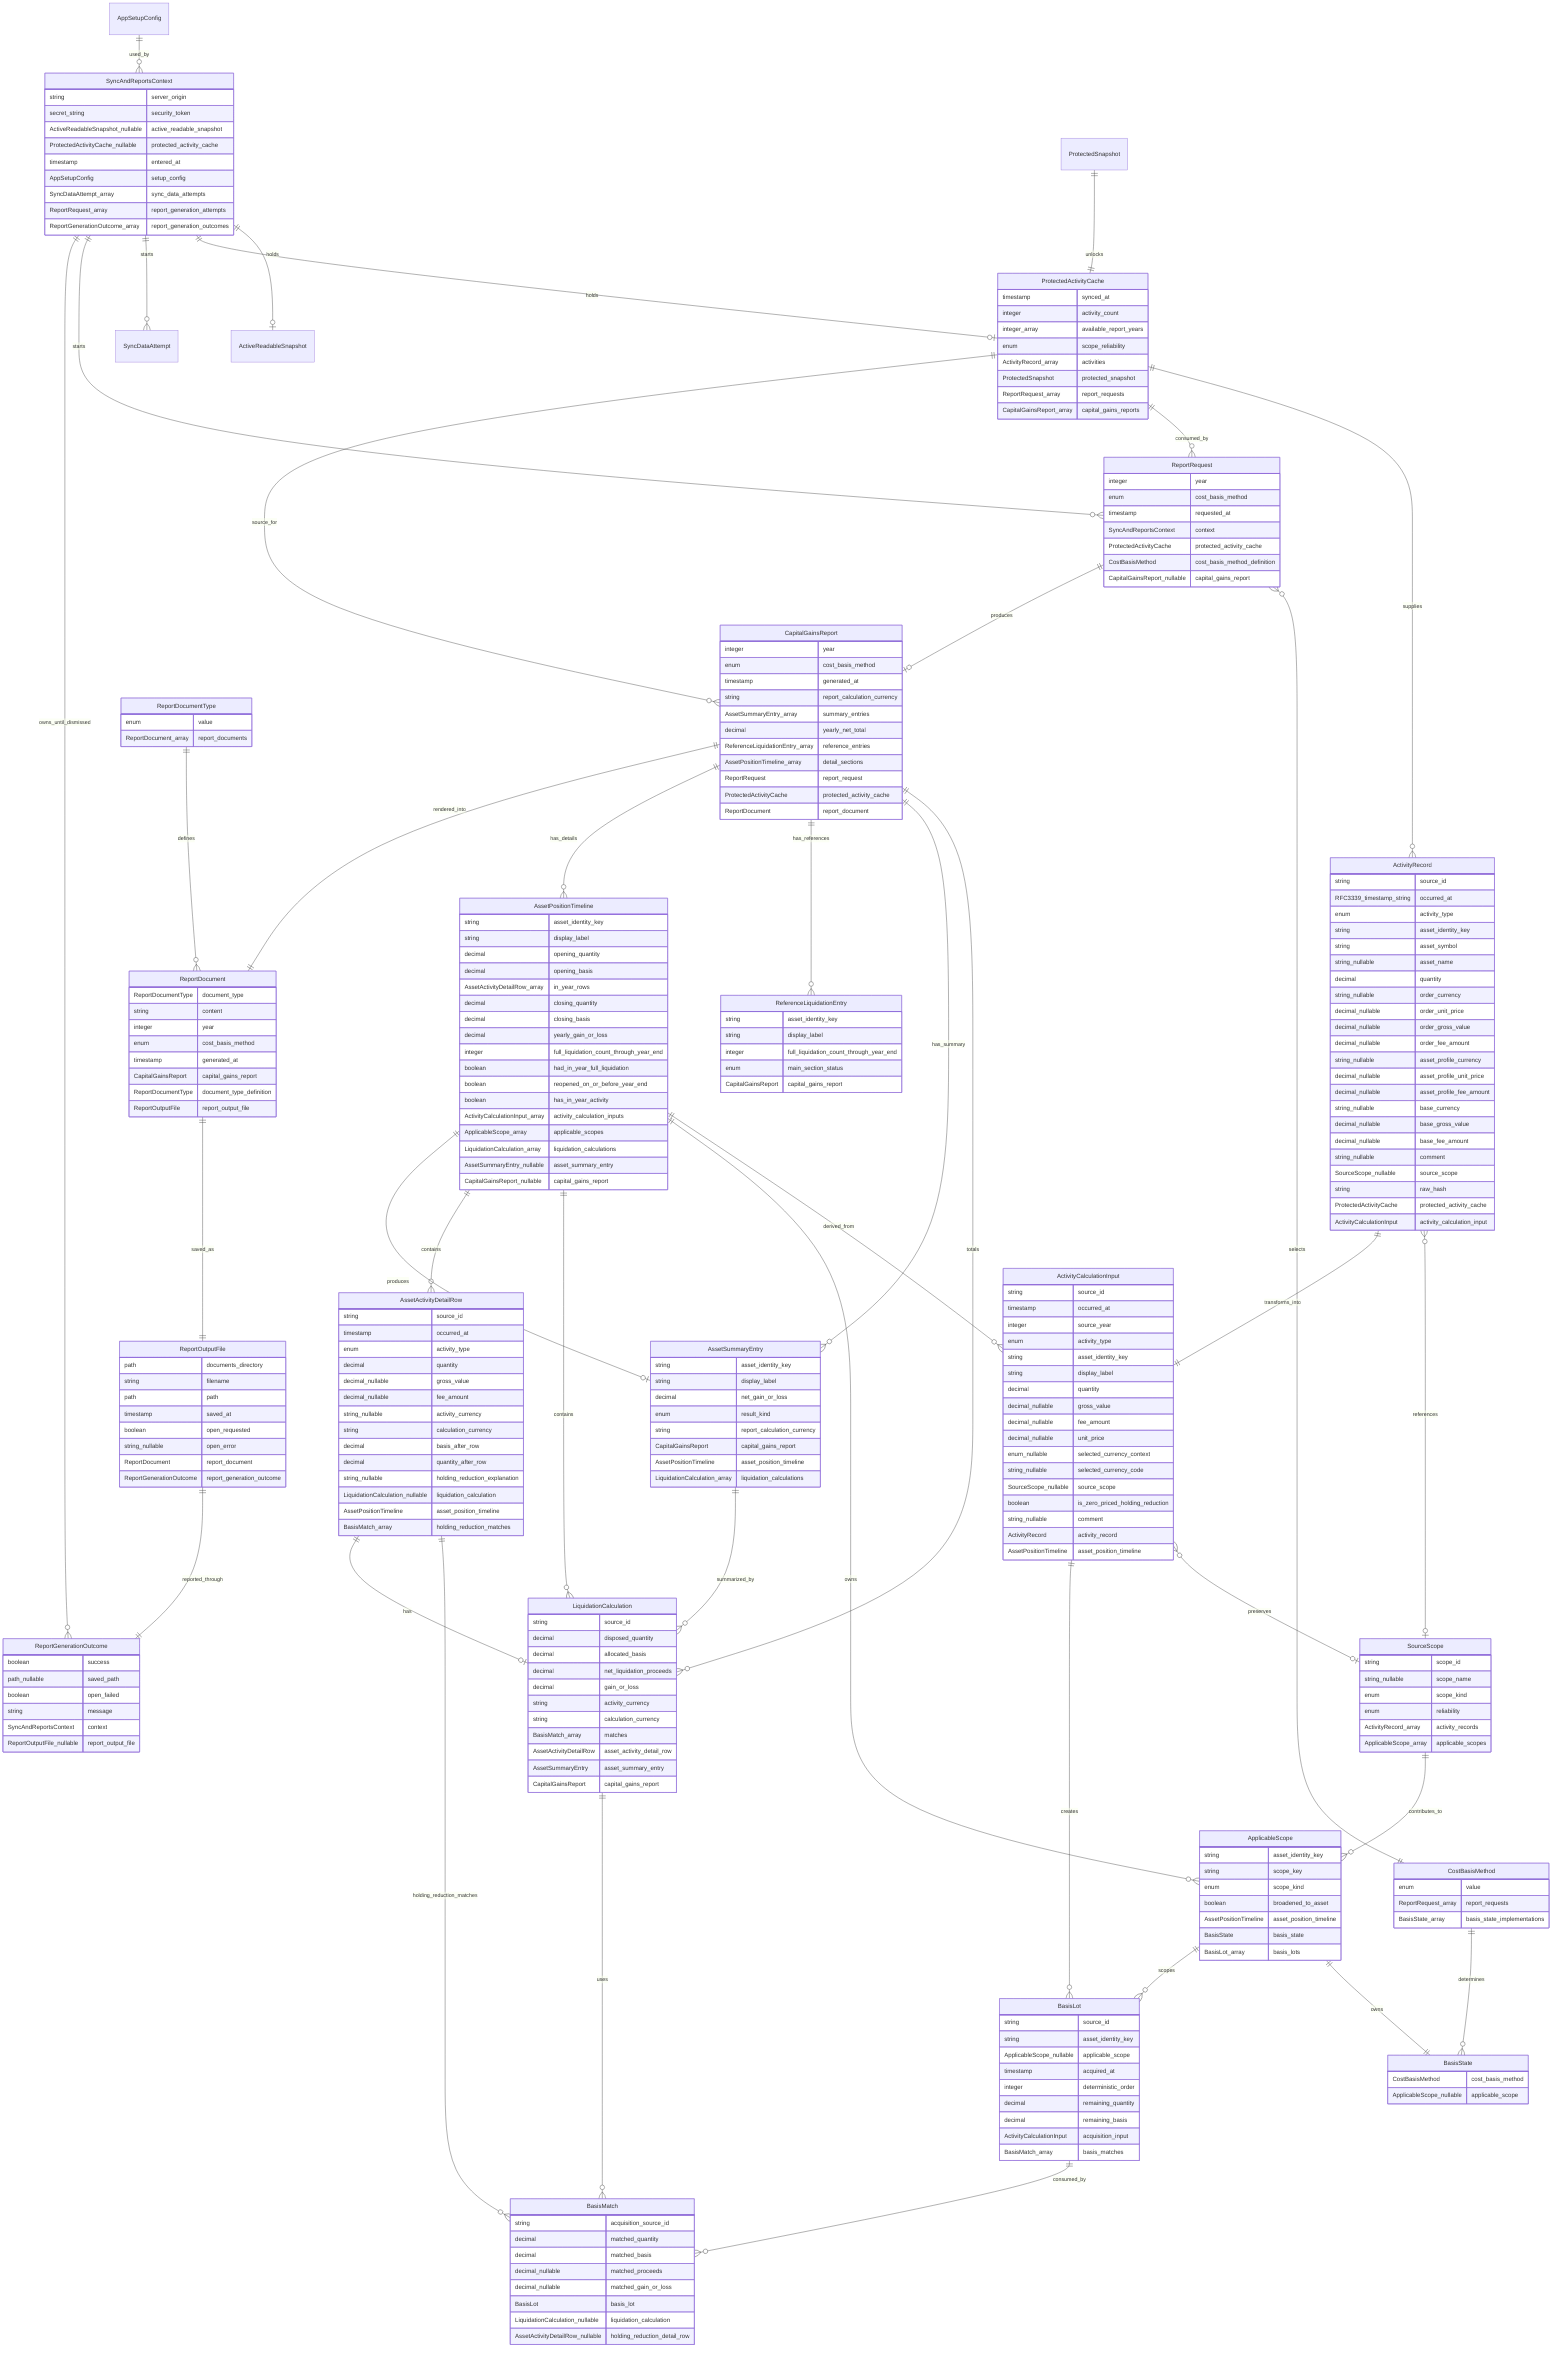
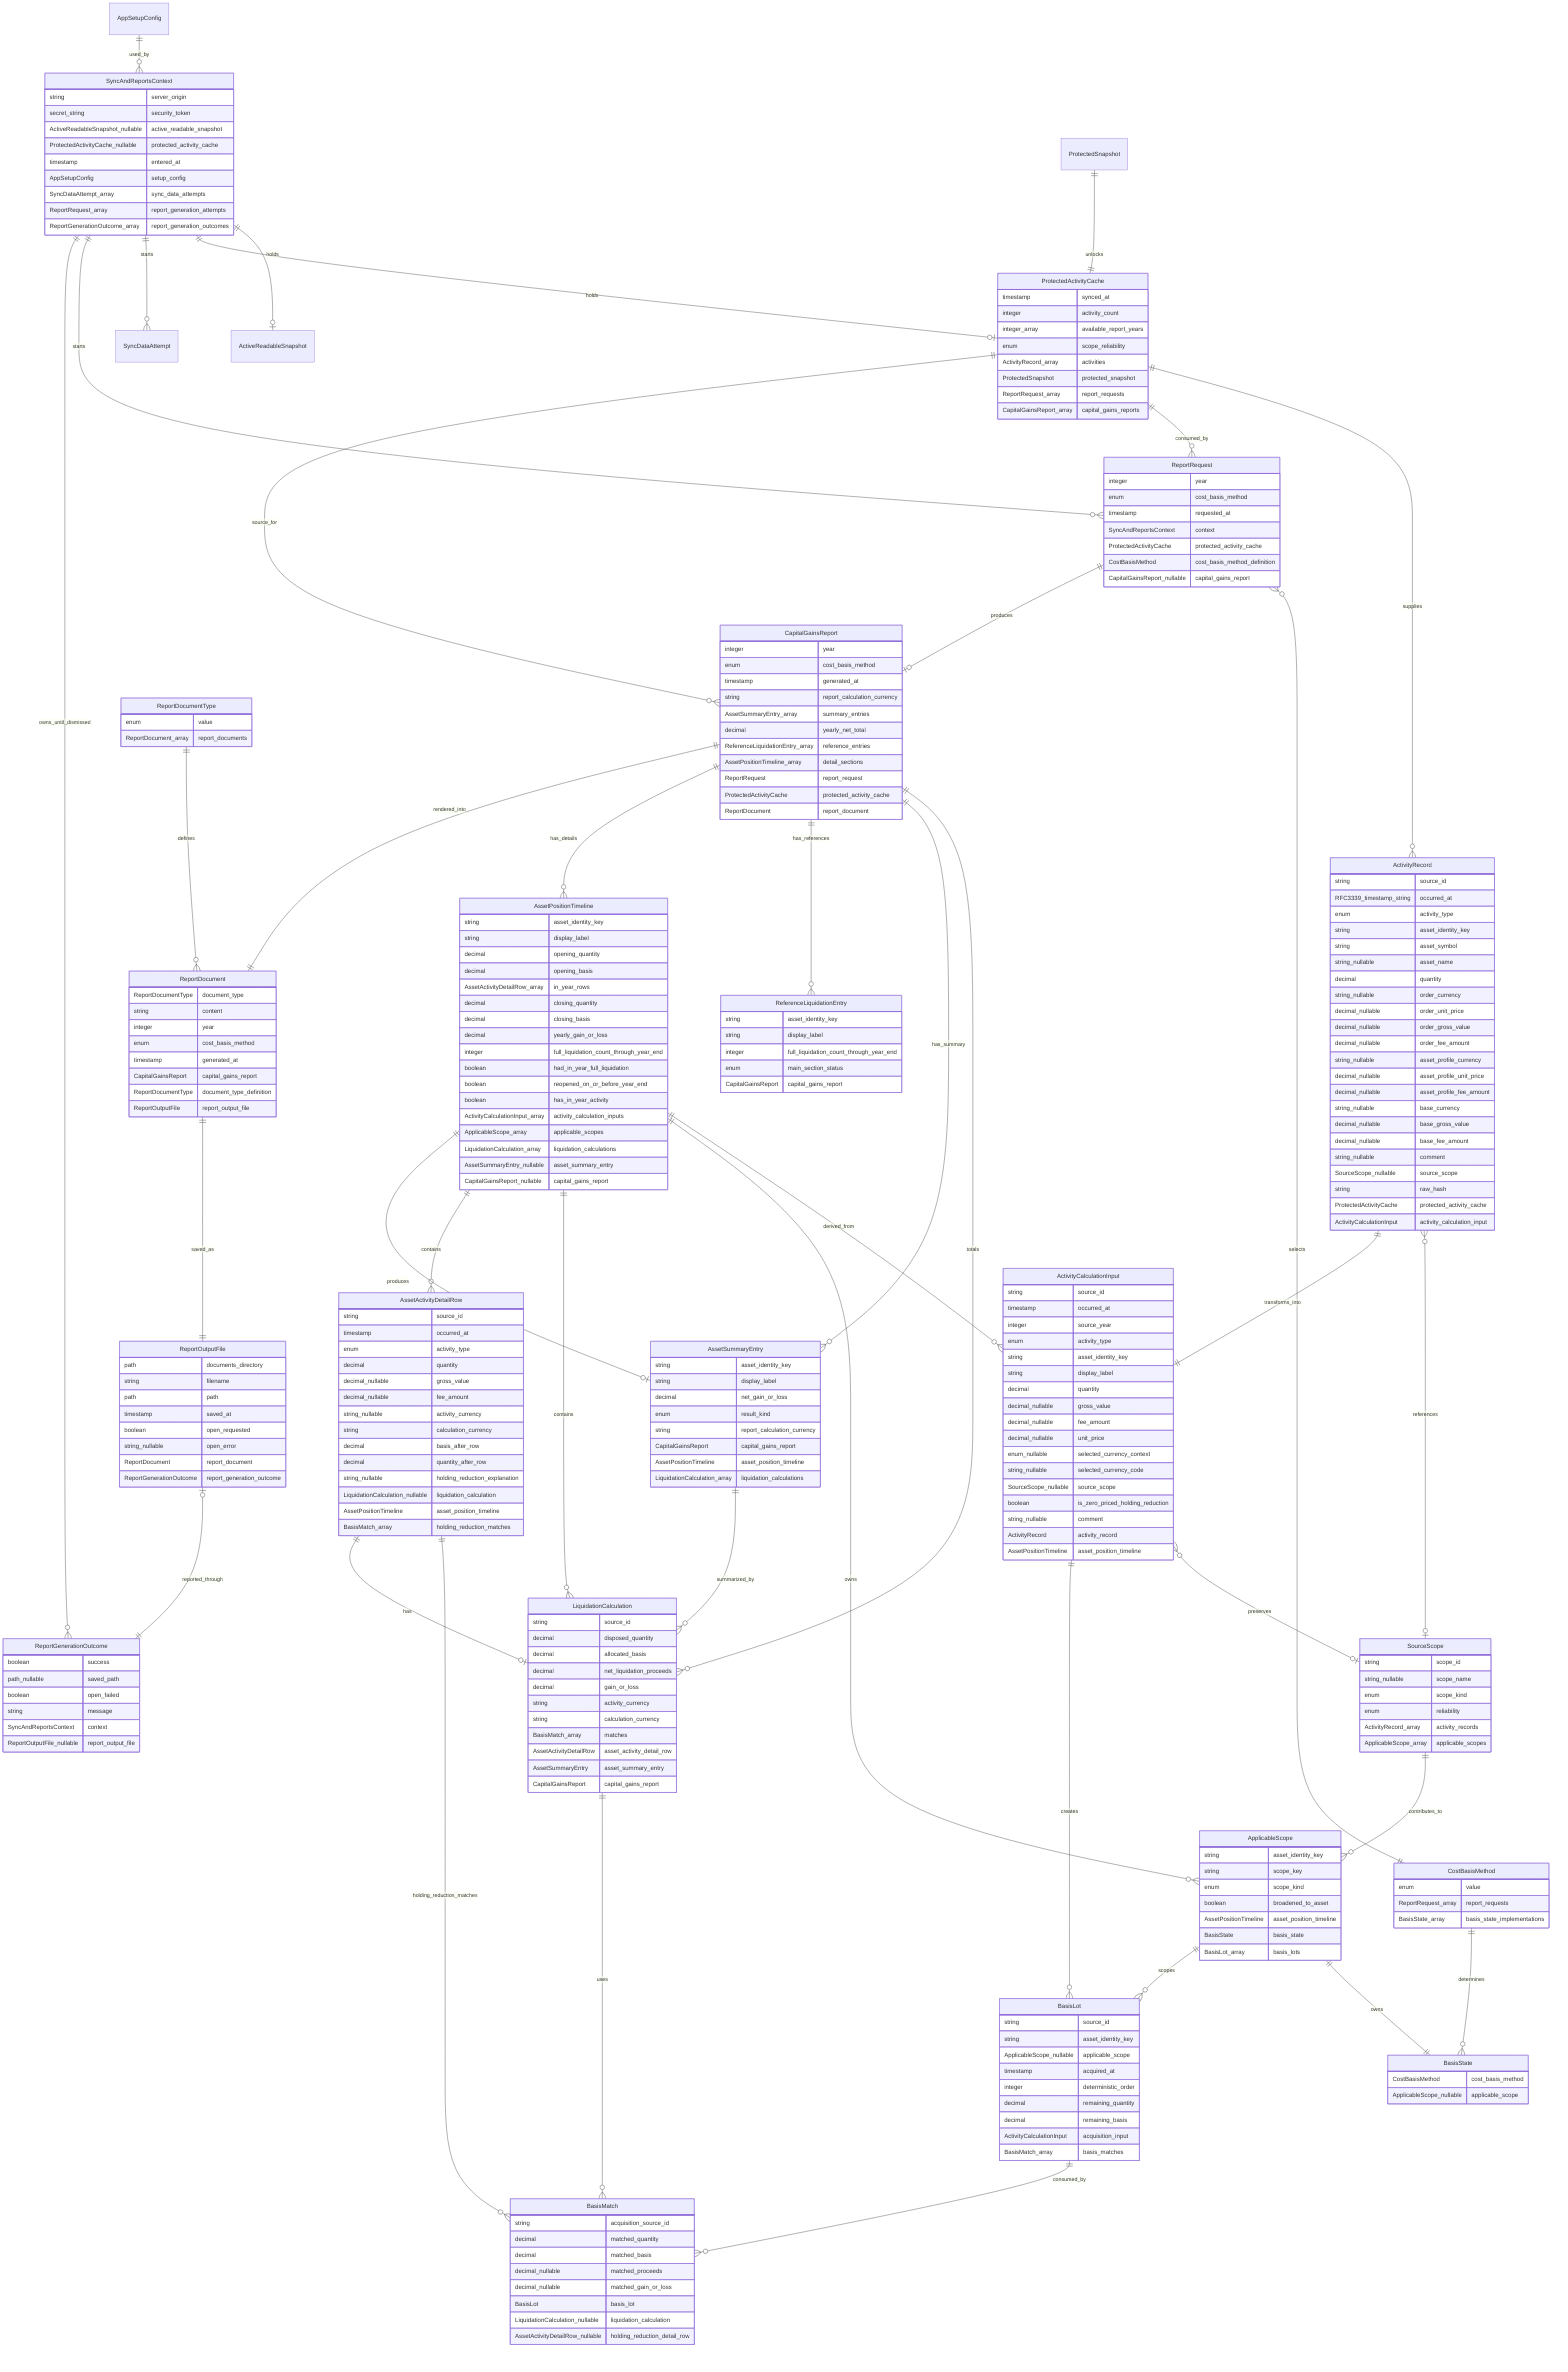
erDiagram
    ProtectedActivityCache {
        timestamp synced_at
        integer activity_count
        integer_array available_report_years
        enum scope_reliability
        ActivityRecord_array activities
        ProtectedSnapshot protected_snapshot
        ReportRequest_array report_requests
        CapitalGainsReport_array capital_gains_reports
    }

    ActivityRecord {
        string source_id
        RFC3339_timestamp_string occurred_at
        enum activity_type
        string asset_identity_key
        string asset_symbol
        string_nullable asset_name
        decimal quantity
        string_nullable order_currency
        decimal_nullable order_unit_price
        decimal_nullable order_gross_value
        decimal_nullable order_fee_amount
        string_nullable asset_profile_currency
        decimal_nullable asset_profile_unit_price
        decimal_nullable asset_profile_fee_amount
        string_nullable base_currency
        decimal_nullable base_gross_value
        decimal_nullable base_fee_amount
        string_nullable comment
        SourceScope_nullable source_scope
        string raw_hash
        ProtectedActivityCache protected_activity_cache
        ActivityCalculationInput activity_calculation_input
    }

    SourceScope {
        string scope_id
        string_nullable scope_name
        enum scope_kind
        enum reliability
        ActivityRecord_array activity_records
        ApplicableScope_array applicable_scopes
    }

    SyncAndReportsContext {
        string server_origin
        secret_string security_token
        ActiveReadableSnapshot_nullable active_readable_snapshot
        ProtectedActivityCache_nullable protected_activity_cache
        timestamp entered_at
        AppSetupConfig setup_config
        SyncDataAttempt_array sync_data_attempts
        ReportRequest_array report_generation_attempts
        ReportGenerationOutcome_array report_generation_outcomes
    }

    ReportRequest {
        integer year
        enum cost_basis_method
        timestamp requested_at
        SyncAndReportsContext context
        ProtectedActivityCache protected_activity_cache
        CostBasisMethod cost_basis_method_definition
        CapitalGainsReport_nullable capital_gains_report
    }

    CostBasisMethod {
        enum value
        ReportRequest_array report_requests
        BasisState_array basis_state_implementations
    }

    BasisState {
        CostBasisMethod cost_basis_method
        ApplicableScope_nullable applicable_scope
    }

    ActivityCalculationInput {
        string source_id
        timestamp occurred_at
        integer source_year
        enum activity_type
        string asset_identity_key
        string display_label
        decimal quantity
        decimal_nullable gross_value
        decimal_nullable fee_amount
        decimal_nullable unit_price
        enum_nullable selected_currency_context
        string_nullable selected_currency_code
        SourceScope_nullable source_scope
        boolean is_zero_priced_holding_reduction
        string_nullable comment
        ActivityRecord activity_record
        AssetPositionTimeline asset_position_timeline
    }

    ApplicableScope {
        string asset_identity_key
        string scope_key
        enum scope_kind
        boolean broadened_to_asset
        AssetPositionTimeline asset_position_timeline
        BasisState basis_state
        BasisLot_array basis_lots
    }

    BasisLot {
        string source_id
        string asset_identity_key
        ApplicableScope_nullable applicable_scope
        timestamp acquired_at
        integer deterministic_order
        decimal remaining_quantity
        decimal remaining_basis
        ActivityCalculationInput acquisition_input
        BasisMatch_array basis_matches
    }

    BasisMatch {
        string acquisition_source_id
        decimal matched_quantity
        decimal matched_basis
        decimal_nullable matched_proceeds
        decimal_nullable matched_gain_or_loss
        BasisLot basis_lot
        LiquidationCalculation_nullable liquidation_calculation
        AssetActivityDetailRow_nullable holding_reduction_detail_row
    }

    AssetPositionTimeline {
        string asset_identity_key
        string display_label
        decimal opening_quantity
        decimal opening_basis
        AssetActivityDetailRow_array in_year_rows
        decimal closing_quantity
        decimal closing_basis
        decimal yearly_gain_or_loss
        integer full_liquidation_count_through_year_end
        boolean had_in_year_full_liquidation
        boolean reopened_on_or_before_year_end
        boolean has_in_year_activity
        ActivityCalculationInput_array activity_calculation_inputs
        ApplicableScope_array applicable_scopes
        LiquidationCalculation_array liquidation_calculations
        AssetSummaryEntry_nullable asset_summary_entry
        CapitalGainsReport_nullable capital_gains_report
    }

    AssetActivityDetailRow {
        string source_id
        timestamp occurred_at
        enum activity_type
        decimal quantity
        decimal_nullable gross_value
        decimal_nullable fee_amount
        string_nullable activity_currency
        string calculation_currency
        decimal basis_after_row
        decimal quantity_after_row
        string_nullable holding_reduction_explanation
        LiquidationCalculation_nullable liquidation_calculation
        AssetPositionTimeline asset_position_timeline
        BasisMatch_array holding_reduction_matches
    }

    LiquidationCalculation {
        string source_id
        decimal disposed_quantity
        decimal allocated_basis
        decimal net_liquidation_proceeds
        decimal gain_or_loss
        string activity_currency
        string calculation_currency
        BasisMatch_array matches
        AssetActivityDetailRow asset_activity_detail_row
        AssetSummaryEntry asset_summary_entry
        CapitalGainsReport capital_gains_report
    }

    AssetSummaryEntry {
        string asset_identity_key
        string display_label
        decimal net_gain_or_loss
        enum result_kind
        string report_calculation_currency
        CapitalGainsReport capital_gains_report
        AssetPositionTimeline asset_position_timeline
        LiquidationCalculation_array liquidation_calculations
    }

    ReferenceLiquidationEntry {
        string asset_identity_key
        string display_label
        integer full_liquidation_count_through_year_end
        enum main_section_status
        CapitalGainsReport capital_gains_report
    }

    CapitalGainsReport {
        integer year
        enum cost_basis_method
        timestamp generated_at
        string report_calculation_currency
        AssetSummaryEntry_array summary_entries
        decimal yearly_net_total
        ReferenceLiquidationEntry_array reference_entries
        AssetPositionTimeline_array detail_sections
        ReportRequest report_request
        ProtectedActivityCache protected_activity_cache
        ReportDocument report_document
    }

    ReportDocumentType {
        enum value
        ReportDocument_array report_documents
    }

    ReportDocument {
        ReportDocumentType document_type
        string content
        integer year
        enum cost_basis_method
        timestamp generated_at
        CapitalGainsReport capital_gains_report
        ReportDocumentType document_type_definition
        ReportOutputFile report_output_file
    }

    ReportOutputFile {
        path documents_directory
        string filename
        path path
        timestamp saved_at
        boolean open_requested
        string_nullable open_error
        ReportDocument report_document
        ReportGenerationOutcome report_generation_outcome
    }

    ReportGenerationOutcome {
        boolean success
        path_nullable saved_path
        boolean open_failed
        string message
        SyncAndReportsContext context
        ReportOutputFile_nullable report_output_file
    }

    ProtectedSnapshot ||--|| ProtectedActivityCache : unlocks
    ProtectedActivityCache ||--o{ ActivityRecord : supplies
    ProtectedActivityCache ||--o{ ReportRequest : consumed_by
    ProtectedActivityCache ||--o{ CapitalGainsReport : source_for

    ActivityRecord }o--o| SourceScope : references
    ActivityRecord ||--|| ActivityCalculationInput : transforms_into

    SourceScope ||--o{ ApplicableScope : contributes_to

    AppSetupConfig ||--o{ SyncAndReportsContext : used_by
    SyncAndReportsContext ||--o| ActiveReadableSnapshot : holds
    SyncAndReportsContext ||--o| ProtectedActivityCache : holds
    SyncAndReportsContext ||--o{ SyncDataAttempt : starts
    SyncAndReportsContext ||--o{ ReportRequest : starts
    SyncAndReportsContext ||--o{ ReportGenerationOutcome : owns_until_dismissed

    ReportRequest }o--|| CostBasisMethod : selects
    ReportRequest ||--o| CapitalGainsReport : produces

    CostBasisMethod ||--o{ BasisState : determines

    ActivityCalculationInput }o--o| SourceScope : preserves
    ActivityCalculationInput ||--o{ BasisLot : creates

    AssetPositionTimeline ||--o{ ActivityCalculationInput : derived_from
    AssetPositionTimeline ||--o{ ApplicableScope : owns
    AssetPositionTimeline ||--o{ LiquidationCalculation : contains
    AssetPositionTimeline ||--o{ AssetActivityDetailRow : contains
    AssetPositionTimeline ||--o| AssetSummaryEntry : produces

    ApplicableScope ||--|| BasisState : owns
    ApplicableScope ||--o{ BasisLot : scopes

    BasisLot ||--o{ BasisMatch : consumed_by
    LiquidationCalculation ||--o{ BasisMatch : uses
    AssetActivityDetailRow ||--o{ BasisMatch : holding_reduction_matches

    AssetActivityDetailRow ||--o| LiquidationCalculation : has

    AssetSummaryEntry ||--o{ LiquidationCalculation : summarized_by
    CapitalGainsReport ||--o{ LiquidationCalculation : totals

    CapitalGainsReport ||--o{ AssetSummaryEntry : has_summary
    CapitalGainsReport ||--o{ ReferenceLiquidationEntry : has_references
    CapitalGainsReport ||--o{ AssetPositionTimeline : has_details

    ReportDocumentType ||--o{ ReportDocument : defines
    CapitalGainsReport ||--|| ReportDocument : rendered_into
    ReportDocument ||--|| ReportOutputFile : saved_as

-     ReportOutputFile ||--|| ReportGenerationOutcome : reported_through
+     ReportOutputFile o|--|| ReportGenerationOutcome : reported_through
